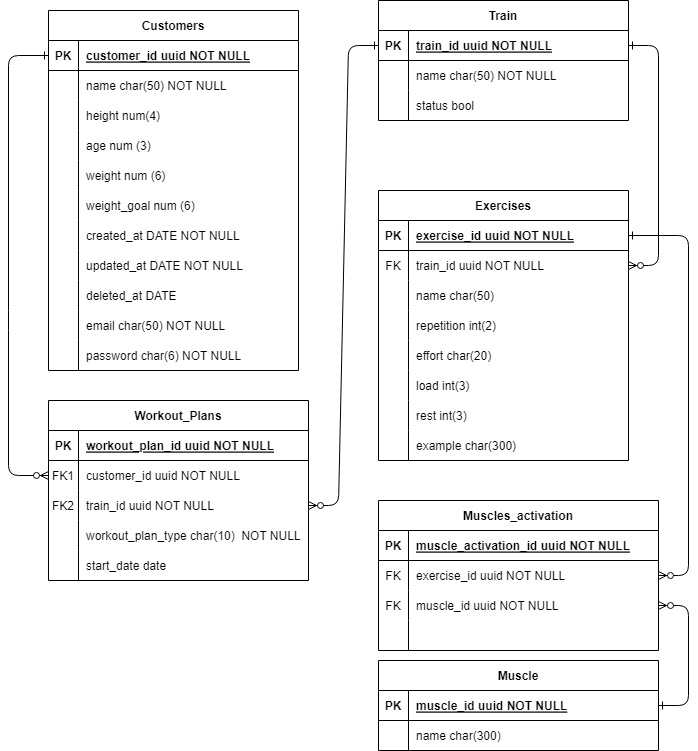
Before: DER.png, a diagram exported from draw.io (Workout-Project-007-plan/Workout-API). Source tidied: cells renumbered, new cells last; positions are measured from the earlier drawing's top-left corner, leaving out a move shared by most shapes.
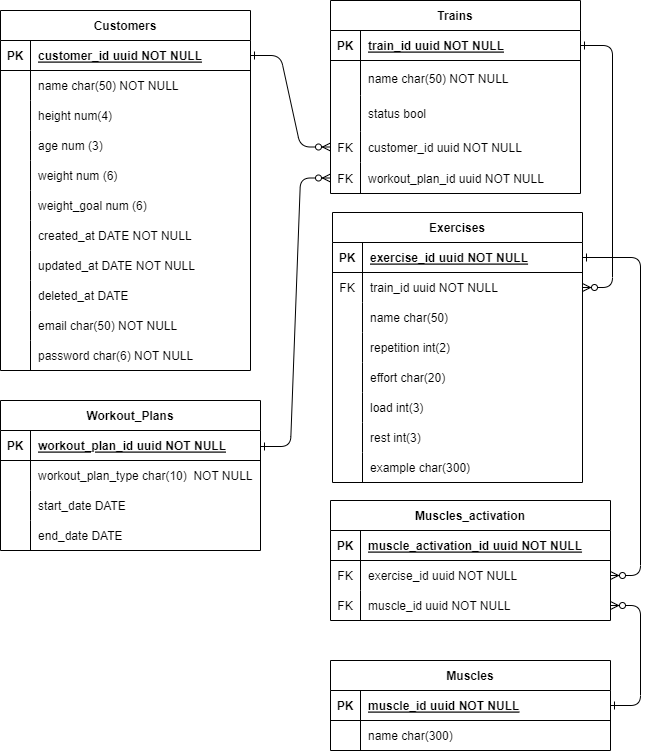
Later version of the same file.

Change to the diagram source:
```diff
@@ -2,11 +2,8 @@
   <root>
     <mxCell id="0" />
     <mxCell id="1" parent="0" />
-    <mxCell id="2" style="edgeStyle=entityRelationEdgeStyle;endArrow=ERzeroToMany;startArrow=ERone;endFill=1;startFill=0;exitX=0;exitY=0.5;exitDx=0;exitDy=0;entryX=1;entryY=0.5;entryDx=0;entryDy=0;labelBackgroundColor=none;fontColor=default;" parent="1" edge="1" source="20" target="10">
-      <mxGeometry relative="1" as="geometry" />
-    </mxCell>
     <mxCell id="3" value="Workout_Plans" style="shape=table;startSize=30;rowLines=0;fontStyle=1;align=center;labelBackgroundColor=none;" parent="1" vertex="1">
-      <mxGeometry x="40" y="400" width="260" height="180" as="geometry" />
+      <mxGeometry x="40" y="400" width="260" height="150" as="geometry" />
     </mxCell>
     <mxCell id="4" style="shape=partialRectangle;fillColor=none;top=0;left=0;right=0;bottom=1;labelBackgroundColor=none;" parent="3" vertex="1">
       <mxGeometry y="30" width="260" height="30" as="geometry" />
@@ -17,26 +14,8 @@
     <mxCell id="6" value="workout_plan_id uuid NOT NULL " style="shape=partialRectangle;overflow=hidden;fillColor=none;top=0;left=0;bottom=0;right=0;align=left;spacingLeft=6;fontStyle=5;labelBackgroundColor=none;" parent="4" vertex="1">
       <mxGeometry x="30" width="230" height="30" as="geometry" />
     </mxCell>
-    <mxCell id="7" style="shape=partialRectangle;fillColor=none;points=[[0,0.5],[1,0.5]];portConstraint=eastwest;top=0;left=0;right=0;bottom=0;labelBackgroundColor=none;" parent="3" vertex="1">
-      <mxGeometry y="60" width="260" height="30" as="geometry" />
-    </mxCell>
-    <mxCell id="8" value="FK1" style="shape=partialRectangle;overflow=hidden;fillColor=none;top=0;left=0;bottom=0;right=0;labelBackgroundColor=none;" parent="7" vertex="1">
-      <mxGeometry width="30" height="30" as="geometry" />
-    </mxCell>
-    <mxCell id="9" value="customer_id uuid NOT NULL" style="shape=partialRectangle;overflow=hidden;fillColor=none;top=0;left=0;bottom=0;right=0;align=left;spacingLeft=6;labelBackgroundColor=none;" parent="7" vertex="1">
-      <mxGeometry x="30" width="230" height="30" as="geometry" />
-    </mxCell>
-    <mxCell id="10" style="shape=partialRectangle;fillColor=none;points=[[0,0.5],[1,0.5]];portConstraint=eastwest;top=0;left=0;right=0;bottom=0;labelBackgroundColor=none;" parent="3" vertex="1">
-      <mxGeometry y="90" width="260" height="30" as="geometry" />
-    </mxCell>
-    <mxCell id="11" value="FK2" style="shape=partialRectangle;overflow=hidden;fillColor=none;top=0;left=0;bottom=0;right=0;labelBackgroundColor=none;" parent="10" vertex="1">
-      <mxGeometry width="30" height="30" as="geometry" />
-    </mxCell>
-    <mxCell id="12" value="train_id uuid NOT NULL" style="shape=partialRectangle;overflow=hidden;fillColor=none;top=0;left=0;bottom=0;right=0;align=left;spacingLeft=6;labelBackgroundColor=none;" parent="10" vertex="1">
-      <mxGeometry x="30" width="230" height="30" as="geometry" />
-    </mxCell>
     <mxCell id="13" style="shape=partialRectangle;fillColor=none;top=0;left=0;right=0;bottom=0;labelBackgroundColor=none;" parent="3" vertex="1">
-      <mxGeometry y="120" width="260" height="30" as="geometry" />
+      <mxGeometry y="60" width="260" height="30" as="geometry" />
     </mxCell>
     <mxCell id="14" style="shape=partialRectangle;overflow=hidden;fillColor=none;top=0;left=0;bottom=0;right=0;labelBackgroundColor=none;" parent="13" vertex="1">
       <mxGeometry width="30" height="30" as="geometry" />
@@ -45,16 +24,25 @@
       <mxGeometry x="30" width="230" height="30" as="geometry" />
     </mxCell>
     <mxCell id="16" style="shape=partialRectangle;fillColor=none;top=0;left=0;right=0;bottom=0;labelBackgroundColor=none;" parent="3" vertex="1">
-      <mxGeometry y="150" width="260" height="30" as="geometry" />
+      <mxGeometry y="90" width="260" height="30" as="geometry" />
     </mxCell>
     <mxCell id="17" style="shape=partialRectangle;overflow=hidden;fillColor=none;top=0;left=0;bottom=0;right=0;labelBackgroundColor=none;" parent="16" vertex="1">
       <mxGeometry width="30" height="30" as="geometry" />
     </mxCell>
-    <mxCell id="18" value="start_date date" style="shape=partialRectangle;overflow=hidden;fillColor=none;top=0;left=0;bottom=0;right=0;align=left;spacingLeft=6;labelBackgroundColor=none;" parent="16" vertex="1">
+    <mxCell id="18" value="start_date DATE" style="shape=partialRectangle;overflow=hidden;fillColor=none;top=0;left=0;bottom=0;right=0;align=left;spacingLeft=6;labelBackgroundColor=none;" parent="16" vertex="1">
       <mxGeometry x="30" width="230" height="30" as="geometry" />
     </mxCell>
+    <mxCell id="112" style="shape=partialRectangle;fillColor=none;top=0;left=0;right=0;bottom=0;labelBackgroundColor=none;" parent="3" vertex="1">
+      <mxGeometry y="120" width="260" height="30" as="geometry" />
+    </mxCell>
+    <mxCell id="100" style="shape=partialRectangle;overflow=hidden;fillColor=none;top=0;left=0;bottom=0;right=0;labelBackgroundColor=none;" parent="112" vertex="1">
+      <mxGeometry width="30" height="30" as="geometry" />
+    </mxCell>
+    <mxCell id="113" value="end_date DATE" style="shape=partialRectangle;overflow=hidden;fillColor=none;top=0;left=0;bottom=0;right=0;align=left;spacingLeft=6;labelBackgroundColor=none;" parent="112" vertex="1">
+      <mxGeometry x="30" width="230" height="30" as="geometry" />
+    </mxCell>
-    <mxCell id="19" value="Train" style="shape=table;startSize=30;rowLines=0;fontStyle=1;align=center;labelBackgroundColor=none;" parent="1" vertex="1">
-      <mxGeometry x="370" width="250" height="120" as="geometry" />
+    <mxCell id="19" value="Trains" style="shape=table;startSize=30;rowLines=0;fontStyle=1;align=center;labelBackgroundColor=none;" parent="1" vertex="1">
+      <mxGeometry x="370" width="250" height="193" as="geometry" />
     </mxCell>
     <mxCell id="20" style="shape=partialRectangle;fillColor=none;points=[[0,0.5],[1,0.5]];portConstraint=eastwest;top=0;left=0;right=0;bottom=1;labelBackgroundColor=none;" parent="19" vertex="1">
       <mxGeometry y="30" width="250" height="30" as="geometry" />
@@ -66,23 +54,41 @@
       <mxGeometry x="30" width="220" height="30" as="geometry" />
     </mxCell>
     <mxCell id="23" style="shape=partialRectangle;fillColor=none;top=0;left=0;right=0;bottom=0;labelBackgroundColor=none;" parent="19" vertex="1">
-      <mxGeometry y="60" width="250" height="30" as="geometry" />
+      <mxGeometry y="60" width="250" height="35" as="geometry" />
     </mxCell>
     <mxCell id="24" style="shape=partialRectangle;overflow=hidden;fillColor=none;top=0;left=0;bottom=0;right=0;labelBackgroundColor=none;" parent="23" vertex="1">
-      <mxGeometry width="30" height="30" as="geometry" />
+      <mxGeometry width="30" height="35" as="geometry" />
     </mxCell>
     <mxCell id="25" value="name char(50) NOT NULL" style="shape=partialRectangle;overflow=hidden;fillColor=none;top=0;left=0;bottom=0;right=0;align=left;spacingLeft=6;labelBackgroundColor=none;" parent="23" vertex="1">
-      <mxGeometry x="30" width="220" height="30" as="geometry" />
+      <mxGeometry x="30" width="220" height="35" as="geometry" />
     </mxCell>
     <mxCell id="26" style="shape=partialRectangle;fillColor=none;top=0;left=0;right=0;bottom=0;labelBackgroundColor=none;" parent="19" vertex="1">
-      <mxGeometry y="90" width="250" height="30" as="geometry" />
+      <mxGeometry y="95" width="250" height="36" as="geometry" />
     </mxCell>
     <mxCell id="27" style="shape=partialRectangle;overflow=hidden;fillColor=none;top=0;left=0;bottom=0;right=0;labelBackgroundColor=none;" parent="26" vertex="1">
-      <mxGeometry width="30" height="30" as="geometry" />
+      <mxGeometry width="30" height="36" as="geometry" />
     </mxCell>
     <mxCell id="28" value="status bool" style="shape=partialRectangle;overflow=hidden;fillColor=none;top=0;left=0;bottom=0;right=0;align=left;spacingLeft=6;labelBackgroundColor=none;" parent="26" vertex="1">
-      <mxGeometry x="30" width="220" height="30" as="geometry" />
+      <mxGeometry x="30" width="220" height="36" as="geometry" />
     </mxCell>
+    <mxCell id="114" style="shape=partialRectangle;fillColor=none;points=[[0,0.5],[1,0.5]];portConstraint=eastwest;top=0;left=0;right=0;bottom=0;labelBackgroundColor=none;" parent="19" vertex="1">
+      <mxGeometry y="131" width="250" height="31" as="geometry" />
+    </mxCell>
+    <mxCell id="115" value="FK" style="shape=partialRectangle;overflow=hidden;fillColor=none;top=0;left=0;bottom=0;right=0;labelBackgroundColor=none;" parent="114" vertex="1">
+      <mxGeometry width="30" height="31" as="geometry" />
+    </mxCell>
+    <mxCell id="9" value="customer_id uuid NOT NULL" style="shape=partialRectangle;overflow=hidden;fillColor=none;top=0;left=0;bottom=0;right=0;align=left;spacingLeft=6;labelBackgroundColor=none;" parent="114" vertex="1">
+      <mxGeometry x="30" width="220" height="31" as="geometry" />
+    </mxCell>
+    <mxCell id="116" style="shape=partialRectangle;fillColor=none;points=[[0,0.5],[1,0.5]];portConstraint=eastwest;top=0;left=0;right=0;bottom=0;labelBackgroundColor=none;" parent="19" vertex="1">
+      <mxGeometry y="162" width="250" height="31" as="geometry" />
+    </mxCell>
+    <mxCell id="117" value="FK" style="shape=partialRectangle;overflow=hidden;fillColor=none;top=0;left=0;bottom=0;right=0;labelBackgroundColor=none;" parent="116" vertex="1">
+      <mxGeometry width="30" height="31" as="geometry" />
+    </mxCell>
+    <mxCell id="118" value="workout_plan_id uuid NOT NULL" style="shape=partialRectangle;overflow=hidden;fillColor=none;top=0;left=0;bottom=0;right=0;align=left;spacingLeft=6;labelBackgroundColor=none;" parent="116" vertex="1">
+      <mxGeometry x="30" width="220" height="31" as="geometry" />
+    </mxCell>
     <mxCell id="29" value="Customers" style="shape=table;startSize=30;rowLines=0;fontStyle=1;align=center;labelBackgroundColor=none;" parent="1" vertex="1">
       <mxGeometry x="40" y="10" width="250" height="360" as="geometry" />
     </mxCell>
@@ -186,7 +192,7 @@
       <mxGeometry x="30" width="220" height="30" as="geometry" />
     </mxCell>
     <mxCell id="63" value="Exercises" style="shape=table;startSize=30;rowLines=0;fontStyle=1;align=center;labelBackgroundColor=none;" parent="1" vertex="1">
-      <mxGeometry x="370" y="190" width="250" height="270" as="geometry" />
+      <mxGeometry x="372" y="212" width="250" height="270" as="geometry" />
     </mxCell>
     <mxCell id="64" style="shape=partialRectangle;fillColor=none;points=[[0,0.5],[1,0.5]];portConstraint=eastwest;top=0;left=0;right=0;bottom=1;labelBackgroundColor=none;" parent="63" vertex="1">
       <mxGeometry y="30" width="250" height="30" as="geometry" />
@@ -260,16 +266,15 @@
     <mxCell id="87" value="example char(300)" style="shape=partialRectangle;overflow=hidden;fillColor=none;top=0;left=0;bottom=0;right=0;align=left;spacingLeft=6;labelBackgroundColor=none;" parent="85" vertex="1">
       <mxGeometry x="30" width="220" height="30" as="geometry" />
     </mxCell>
-    <mxCell id="88" style="edgeStyle=entityRelationEdgeStyle;endArrow=ERzeroToMany;startArrow=ERone;endFill=1;startFill=0;entryX=1;entryY=0.5;entryDx=0;entryDy=0;labelBackgroundColor=none;fontColor=default;" parent="1" edge="1" target="67">
+    <mxCell id="88" style="edgeStyle=entityRelationEdgeStyle;endArrow=ERzeroToMany;startArrow=ERone;endFill=1;startFill=0;labelBackgroundColor=none;fontColor=default;exitX=1;exitY=0.5;exitDx=0;exitDy=0;" parent="1" edge="1" source="20" target="67">
       <mxGeometry relative="1" as="geometry">
-        <mxPoint x="620" y="45" as="sourcePoint" />
         <Array as="points">
-          <mxPoint x="760" y="220" />
+          <mxPoint x="814" y="227" />
         </Array>
       </mxGeometry>
     </mxCell>
     <mxCell id="89" value="Muscles_activation" style="shape=table;startSize=30;rowLines=0;fontStyle=1;align=center;labelBackgroundColor=none;" parent="1" vertex="1">
-      <mxGeometry x="370" y="500" width="280" height="150" as="geometry" />
+      <mxGeometry x="370" y="500" width="280" height="120" as="geometry" />
     </mxCell>
     <mxCell id="90" style="shape=partialRectangle;fillColor=none;top=0;left=0;right=0;bottom=1;labelBackgroundColor=none;" parent="89" vertex="1">
       <mxGeometry y="30" width="280" height="30" as="geometry" />
@@ -298,16 +303,7 @@
     <mxCell id="98" value="muscle_id uuid NOT NULL" style="shape=partialRectangle;overflow=hidden;fillColor=none;top=0;left=0;bottom=0;right=0;align=left;spacingLeft=6;labelBackgroundColor=none;" parent="96" vertex="1">
       <mxGeometry x="30" width="250" height="30" as="geometry" />
     </mxCell>
-    <mxCell id="99" style="shape=partialRectangle;fillColor=none;top=0;left=0;right=0;bottom=0;labelBackgroundColor=none;" parent="89" vertex="1">
-      <mxGeometry y="120" width="280" height="30" as="geometry" />
-    </mxCell>
-    <mxCell id="100" style="shape=partialRectangle;overflow=hidden;fillColor=none;top=0;left=0;bottom=0;right=0;labelBackgroundColor=none;" parent="99" vertex="1">
-      <mxGeometry width="30" height="30" as="geometry" />
-    </mxCell>
-    <mxCell id="101" style="shape=partialRectangle;overflow=hidden;fillColor=none;top=0;left=0;bottom=0;right=0;align=left;spacingLeft=6;labelBackgroundColor=none;" parent="99" vertex="1">
-      <mxGeometry x="30" width="250" height="30" as="geometry" />
-    </mxCell>
-    <mxCell id="102" value="Muscle" style="shape=table;startSize=30;rowLines=0;fontStyle=1;align=center;labelBackgroundColor=none;" parent="1" vertex="1">
+    <mxCell id="102" value="Muscles" style="shape=table;startSize=30;rowLines=0;fontStyle=1;align=center;labelBackgroundColor=none;" parent="1" vertex="1">
       <mxGeometry x="370" y="660" width="280" height="90" as="geometry" />
     </mxCell>
     <mxCell id="103" style="shape=partialRectangle;fillColor=none;points=[[0,0.5],[1,0.5]];portConstraint=eastwest;top=0;left=0;right=0;bottom=1;labelBackgroundColor=none;" parent="102" vertex="1">
@@ -350,14 +346,21 @@
         </Array>
       </mxGeometry>
     </mxCell>
-    <mxCell id="111" style="endArrow=ERzeroToMany;startArrow=ERone;endFill=1;startFill=0;exitX=0;exitY=0.5;exitDx=0;exitDy=0;entryX=0;entryY=0.5;entryDx=0;entryDy=0;labelBackgroundColor=none;fontColor=default;" parent="1" edge="1" source="30" target="7">
-      <mxGeometry relative="1" as="geometry">
-        <Array as="points">
-          <mxPoint y="55" />
-          <mxPoint y="320" />
-          <mxPoint y="475" />
-        </Array>
-      </mxGeometry>
-    </mxCell>
+    <mxCell id="119" style="edgeStyle=entityRelationEdgeStyle;endArrow=ERzeroToMany;startArrow=ERone;endFill=1;startFill=0;labelBackgroundColor=none;fontColor=default;exitX=1;exitY=0.5;exitDx=0;exitDy=0;" parent="1" edge="1" source="30" target="114">
+      <mxGeometry relative="1" as="geometry">
+        <Array as="points">
+          <mxPoint x="431" y="232" />
+        </Array>
+      </mxGeometry>
+    </mxCell>
+    <mxCell id="120" style="edgeStyle=entityRelationEdgeStyle;endArrow=ERzeroToMany;startArrow=ERone;endFill=1;startFill=0;labelBackgroundColor=none;fontColor=default;exitX=1;exitY=0.5;exitDx=0;exitDy=0;entryX=0;entryY=0.5;entryDx=0;entryDy=0;" parent="1" edge="1" target="116">
+      <mxGeometry relative="1" as="geometry">
+        <mxPoint x="300" y="446" as="sourcePoint" />
+        <Array as="points">
+          <mxPoint x="441" y="623" />
+          <mxPoint x="342" y="625" />
+        </Array>
+      </mxGeometry>
+    </mxCell>
   </root>
 </mxGraphModel>
```
